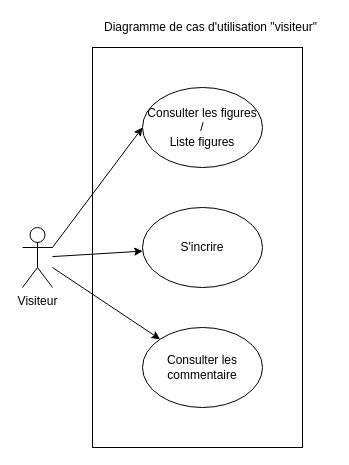
The draw.io diagram UMLs/Utilisation/DiagrammedeCasdUtilisationVisiteur.drawio in erreur4045/symfony, before the edit. Source tidied: cells renumbered, new cells numbered last; positions are measured from the earlier drawing's top-left corner, leaving out a move shared by most shapes. Both pictures are drawn from the tidied source at 100%, with x=0, y=0 at pixel (22, 17).
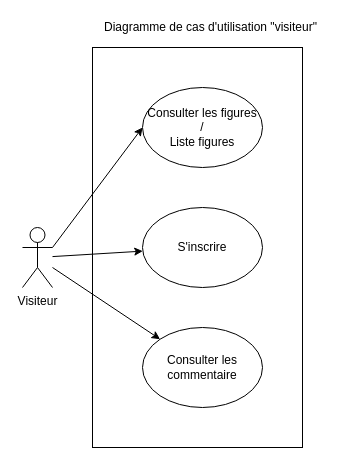
After the change.

What changed in the source:
```diff
@@
 <mxGraphModel>
   <root>
     <mxCell id="0" />
     <mxCell id="1" parent="0" />
     <mxCell id="2" style="rounded=0;whiteSpace=wrap;html=1;" parent="1" vertex="1">
       <mxGeometry x="70" y="30" width="210" height="400" as="geometry" />
     </mxCell>
     <mxCell id="3" style="rounded=0;jettySize=auto;html=1;exitX=1;exitY=0.3333333333333333;exitDx=0;exitDy=0;exitPerimeter=0;entryX=0;entryY=0.5;entryDx=0;entryDy=0;" parent="1" edge="1" source="6" target="7">
       <mxGeometry relative="1" as="geometry" />
     </mxCell>
     <mxCell id="4" style="rounded=0;jettySize=auto;html=1;" parent="1" edge="1" source="6" target="8">
       <mxGeometry relative="1" as="geometry" />
     </mxCell>
     <mxCell id="5" style="rounded=0;jettySize=auto;html=1;" parent="1" edge="1" source="6" target="9">
       <mxGeometry relative="1" as="geometry" />
     </mxCell>
     <mxCell id="6" value="Visiteur" style="shape=umlActor;verticalLabelPosition=bottom;labelBackgroundColor=#ffffff;verticalAlign=top;html=1;outlineConnect=0;" parent="1" vertex="1">
       <mxGeometry y="210" width="30" height="60" as="geometry" />
     </mxCell>
     <mxCell id="7" value="Consulter les figures&lt;br&gt;/&lt;br&gt;Liste figures" style="ellipse;whiteSpace=wrap;html=1;" parent="1" vertex="1">
       <mxGeometry x="120" y="70" width="120" height="80" as="geometry" />
     </mxCell>
-    <mxCell id="8" value="S'incrire" style="ellipse;whiteSpace=wrap;html=1;" parent="1" vertex="1">
+    <mxCell id="8" value="S'inscrire" style="ellipse;whiteSpace=wrap;html=1;" parent="1" vertex="1">
       <mxGeometry x="120" y="190" width="120" height="80" as="geometry" />
     </mxCell>
     <mxCell id="9" value="Consulter les commentaire" style="ellipse;whiteSpace=wrap;html=1;" parent="1" vertex="1">
       <mxGeometry x="120" y="310" width="120" height="80" as="geometry" />
     </mxCell>
     <mxCell id="10" value="Diagramme de cas d'utilisation &quot;visiteur&quot;" style="text;html=1;align=left;verticalAlign=top;spacingTop=-4;" parent="1" vertex="1">
       <mxGeometry x="80" width="230" height="20" as="geometry" />
     </mxCell>
   </root>
 </mxGraphModel>
```
